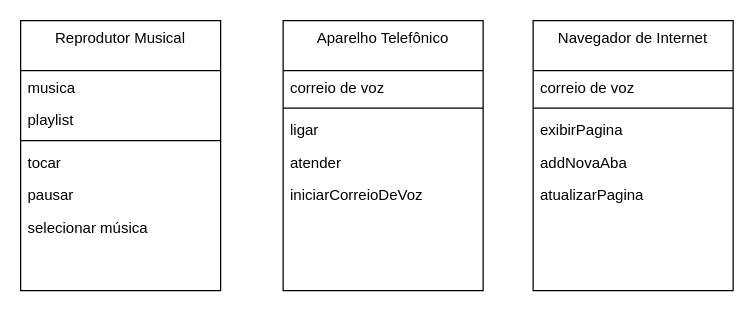
Before: Diagrama sem nome.drawio in taiaraujo/desafio-java-oo-uml, a draw.io diagram. Source tidied: cells renumbered, new cells numbered last; positions are measured from the earlier drawing's top-left corner, leaving out a move shared by most shapes. Both pictures are drawn from the tidied source at 125%, with x=0, y=0 at pixel (20, 20).
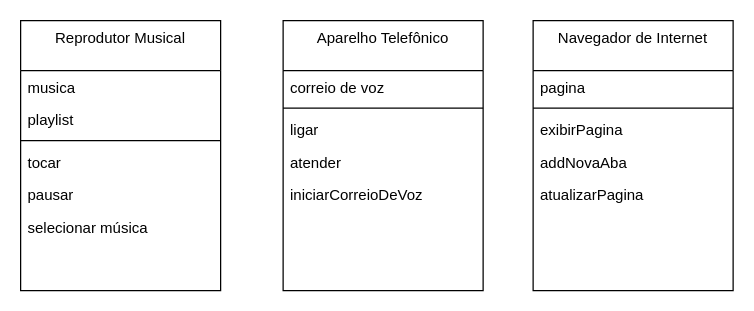
The same page after the edit.

Unchanged cells that the change refers to:
```xml
<mxCell id="15" value="Navegador de Internet" style="swimlane;fontStyle=0;align=center;verticalAlign=top;horizontal=1;startSize=40;rounded=0;shadow=0;strokeWidth=1;" parent="1" vertex="1">
  <mxGeometry x="410" width="160" height="216" as="geometry" />
</mxCell>
```

Change to the diagram source:
```diff
@@
-    <mxCell id="16" value="correio de voz" style="text;align=left;verticalAlign=top;spacingLeft=4;spacingRight=4;overflow=hidden;" parent="15" vertex="1">
+    <mxCell id="16" value="pagina" style="text;align=left;verticalAlign=top;spacingLeft=4;spacingRight=4;overflow=hidden;" parent="15" vertex="1">
       <mxGeometry y="40" width="160" height="26" as="geometry" />
     </mxCell>
```
